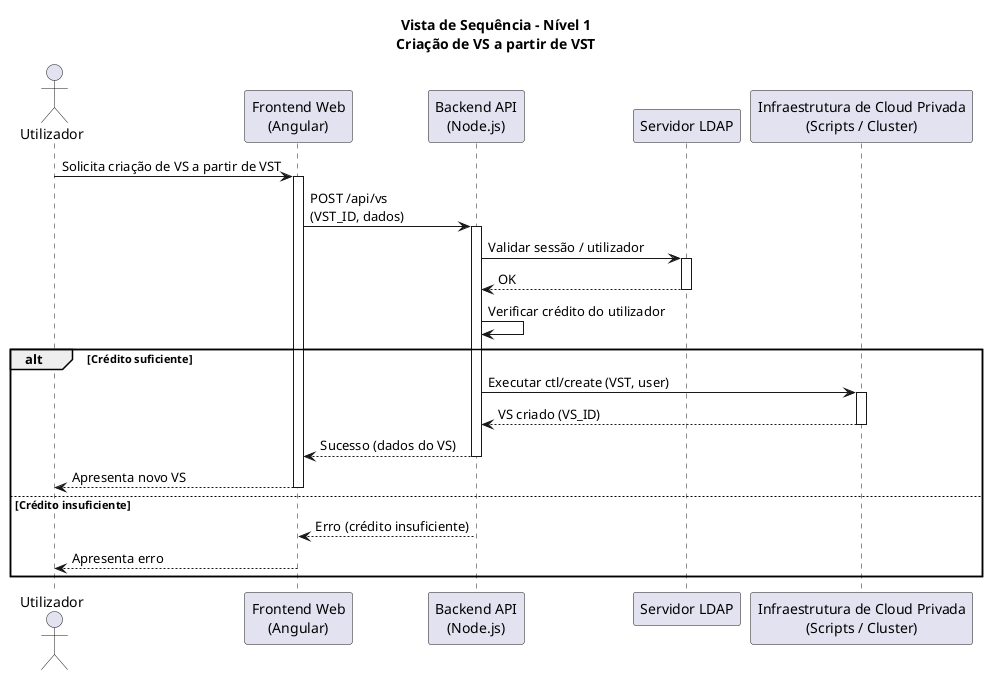
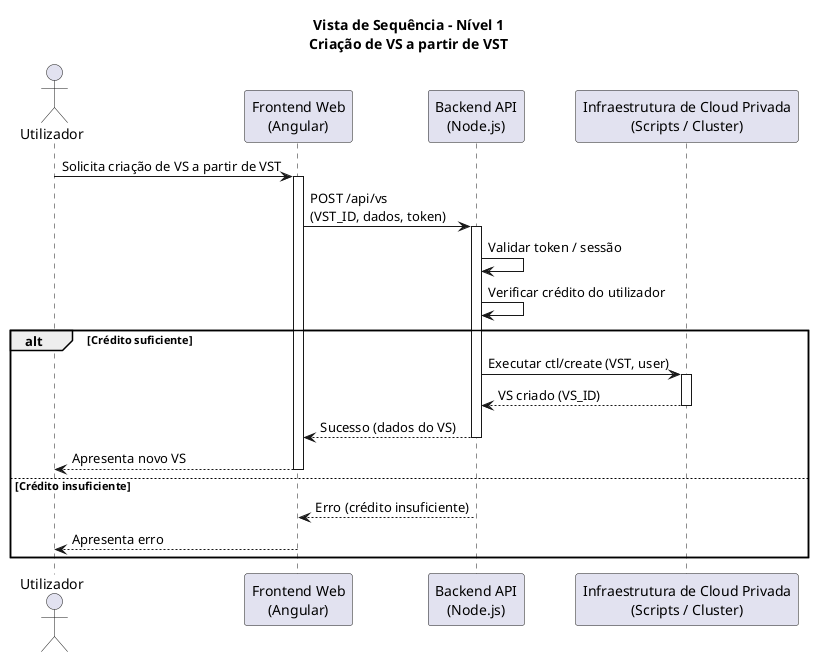
@startuml
title Vista de Sequência - Nível 1\nCriação de VS a partir de VST

actor Utilizador as user

participant "Frontend Web\n(Angular)" as frontend
participant "Backend API\n(Node.js)" as backend
- participant "Servidor LDAP" as ldap
participant "Infraestrutura de Cloud Privada\n(Scripts / Cluster)" as cloud

user -> frontend : Solicita criação de VS a partir de VST
activate frontend

- frontend -> backend : POST /api/vs\n(VST_ID, dados)
+ frontend -> backend : POST /api/vs\n(VST_ID, dados, token)
activate backend

- backend -> ldap : Validar sessão / utilizador
- activate ldap
- ldap --> backend : OK
- deactivate ldap
+ backend -> backend : Validar token / sessão

backend -> backend : Verificar crédito do utilizador

alt Crédito suficiente

    backend -> cloud : Executar ctl/create (VST, user)
    activate cloud
    cloud --> backend : VS criado (VS_ID)
    deactivate cloud

    backend --> frontend : Sucesso (dados do VS)
    deactivate backend

    frontend --> user : Apresenta novo VS
    deactivate frontend

else Crédito insuficiente

    backend --> frontend : Erro (crédito insuficiente)
    deactivate backend

    frontend --> user : Apresenta erro
    deactivate frontend

end

@enduml